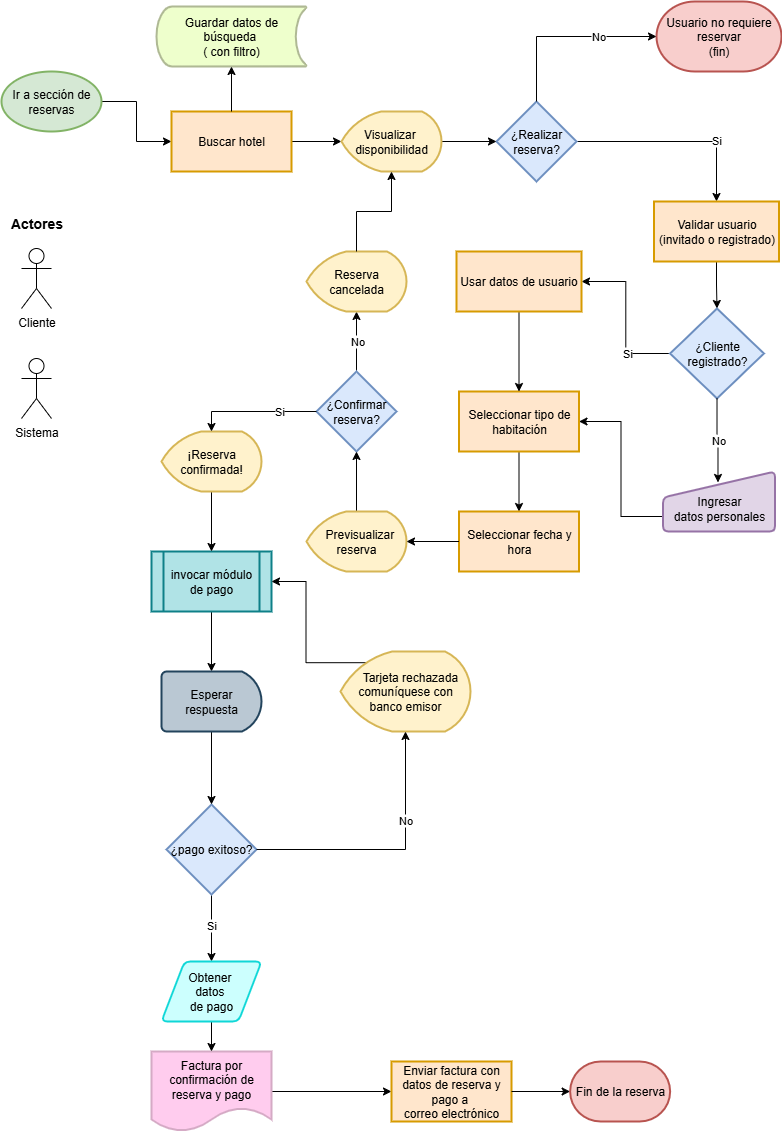
Earlier version of the draw.io export Flujograma de reserva de habitación.png (DjGuetta/App-Hotel-Management). Source tidied: cells renumbered, new cells last; positions are measured from the earlier drawing's top-left corner, leaving out a move shared by most shapes.
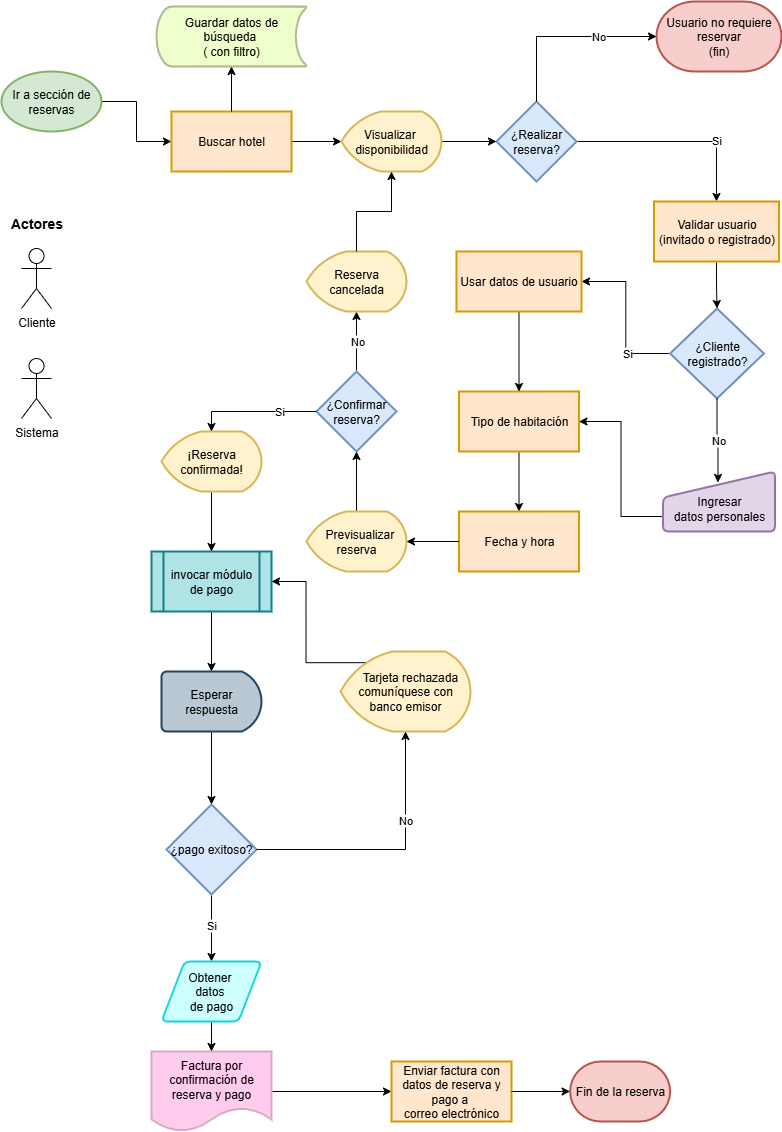
Later version of the same file.

Commit message:
Corrigiendo encabezados de procesos

What changed in the source:
```diff
@@ -28,7 +28,7 @@
     <mxCell id="9" style="edgeStyle=orthogonalEdgeStyle;rounded=0;jettySize=auto;html=1;exitX=0.5;exitY=1;exitDx=0;exitDy=0;entryX=0.5;entryY=0;entryDx=0;entryDy=0;" parent="1" edge="1" source="10" target="14">
       <mxGeometry relative="1" as="geometry" />
     </mxCell>
-    <mxCell id="10" value="Seleccionar tipo de habitación" style="whiteSpace=wrap;html=1;strokeWidth=2;fillColor=#ffe6cc;strokeColor=#d79b00;" parent="1" vertex="1">
+    <mxCell id="10" value="Tipo de habitación" style="whiteSpace=wrap;html=1;strokeWidth=2;fillColor=#ffe6cc;strokeColor=#d79b00;" parent="1" vertex="1">
       <mxGeometry x="457.5" y="390" width="120" height="60" as="geometry" />
     </mxCell>
     <mxCell id="11" value="Guardar datos de búsqueda&amp;nbsp;&lt;div&gt;( con filtro)&lt;/div&gt;" style="strokeWidth=2;html=1;shape=mxgraph.flowchart.stored_data;whiteSpace=wrap;fillColor=#EEFFCC;strokeColor=#AFB994;" parent="1" vertex="1">
@@ -40,7 +40,7 @@
     <mxCell id="13" value="Usuario no requiere reservar&lt;div&gt;(fin)&lt;/div&gt;" style="strokeWidth=2;html=1;shape=mxgraph.flowchart.terminator;whiteSpace=wrap;fillColor=#f8cecc;strokeColor=#b85450;" parent="1" vertex="1">
       <mxGeometry x="655" width="125" height="70" as="geometry" />
     </mxCell>
-    <mxCell id="14" value="Seleccionar fecha y hora" style="whiteSpace=wrap;html=1;strokeWidth=2;fillColor=#ffe6cc;strokeColor=#d79b00;" parent="1" vertex="1">
+    <mxCell id="14" value="Fecha y hora" style="whiteSpace=wrap;html=1;strokeWidth=2;fillColor=#ffe6cc;strokeColor=#d79b00;" parent="1" vertex="1">
       <mxGeometry x="457.5" y="510" width="120" height="60" as="geometry" />
     </mxCell>
     <mxCell id="15" style="edgeStyle=orthogonalEdgeStyle;rounded=0;jettySize=auto;html=1;entryX=0;entryY=0.5;entryDx=0;entryDy=0;" parent="1" edge="1" source="41" target="8">
```
